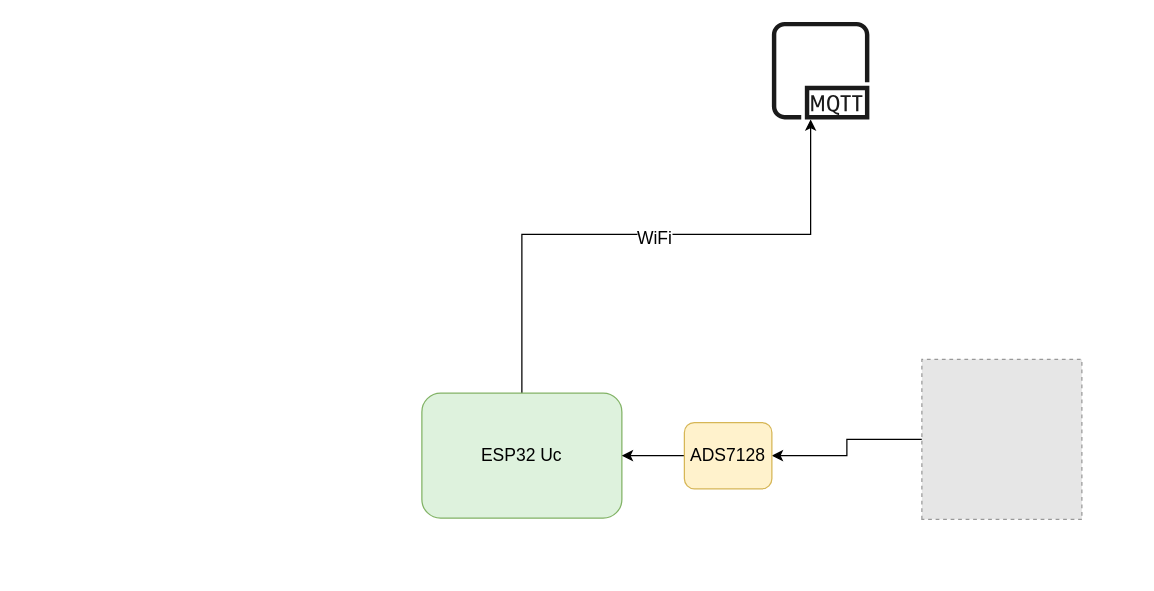
Earlier version of the draw.io diagram Hardware/img/AkkuMagic.drawio (Marek128b/BatteryMagic_monitor). Source tidied: cells renumbered, new cells numbered last; positions are measured from the earlier drawing's top-left corner, leaving out a move shared by most shapes. Both pictures are drawn from the tidied source at 125%, with x=0, y=0 at pixel (421, 21). Pictures stored in the file or linked from it are replaced by grey dashed boxes.
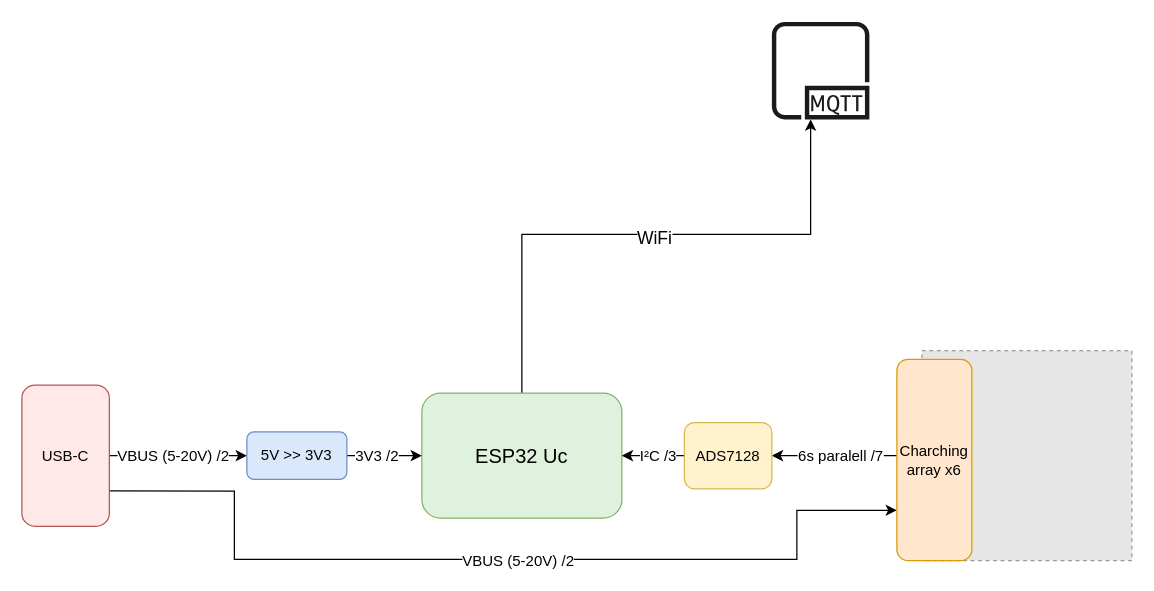
After the change.

Unchanged cells that the change refers to:
```xml
<mxCell id="6" style="edgeStyle=orthogonalEdgeStyle;rounded=0;jettySize=auto;html=1;exitX=0.5;exitY=0;exitDx=0;exitDy=0;entryX=1;entryY=0.5;entryDx=0;entryDy=0;fontSize=14;" parent="1" edge="1" source="7" target="9">
  <mxGeometry relative="1" as="geometry" />
</mxCell>
<mxCell id="8" style="edgeStyle=orthogonalEdgeStyle;rounded=0;jettySize=auto;html=1;exitX=0;exitY=0.5;exitDx=0;exitDy=0;entryX=1;entryY=0.5;entryDx=0;entryDy=0;fontSize=14;" parent="1" edge="1" source="9" target="4">
  <mxGeometry relative="1" as="geometry" />
</mxCell>
```

What changed in the source:
```diff
@@
-    <mxCell id="4" value="&lt;font style=&quot;font-size: 14px;&quot;&gt;ESP32 Uc&lt;/font&gt;" style="rounded=1;whiteSpace=wrap;html=1;fillColor=#DEF2DD;strokeColor=#82b366;" parent="1" vertex="1">
+    <mxCell id="4" value="&lt;font style=&quot;font-size: 16px;&quot;&gt;ESP32 Uc&lt;/font&gt;" style="rounded=1;whiteSpace=wrap;html=1;fillColor=#DEF2DD;strokeColor=#82b366;" parent="1" vertex="1">
       <mxGeometry y="297" width="160" height="100" as="geometry" />
     </mxCell>
@@
+    <mxCell id="10" value="6s paralell /7" style="edgeLabel;html=1;align=center;verticalAlign=middle;fontSize=12;" parent="6" vertex="1">
+      <mxGeometry x="0.3" relative="1" as="geometry">
+        <mxPoint x="12" as="offset" />
+      </mxGeometry>
+    </mxCell>
     <mxCell id="7" style="fillColor=#E6E6E6;strokeColor=#999999;dashed=1;html=1;verticalAlign=top;verticalLabelPosition=bottom;labelBackgroundColor=#ffffff;fontSize=14;rotation=-90;" parent="1" vertex="1">
-      <mxGeometry x="400" y="270" width="128" height="128" as="geometry" />
+      <mxGeometry x="400" y="263" width="168" height="168" as="geometry" />
     </mxCell>
@@
+    <mxCell id="11" value="I²C /3" style="edgeLabel;html=1;align=center;verticalAlign=middle;fontSize=12;" parent="8" vertex="1">
+      <mxGeometry x="-0.12" y="1" relative="1" as="geometry">
+        <mxPoint y="-1" as="offset" />
+      </mxGeometry>
+    </mxCell>
-    <mxCell id="9" value="ADS7128" style="rounded=1;whiteSpace=wrap;html=1;fontSize=14;fillColor=#fff2cc;strokeColor=#d6b656;" parent="1" vertex="1">
+    <mxCell id="9" value="&lt;font style=&quot;font-size: 12px;&quot;&gt;ADS7128&lt;/font&gt;" style="rounded=1;whiteSpace=wrap;html=1;fontSize=14;fillColor=#fff2cc;strokeColor=#d6b656;" parent="1" vertex="1">
       <mxGeometry x="210" y="320.5" width="70" height="53" as="geometry" />
     </mxCell>
+    <mxCell id="12" style="edgeStyle=orthogonalEdgeStyle;rounded=0;jettySize=auto;html=1;exitX=1;exitY=0.5;exitDx=0;exitDy=0;fontSize=12;" parent="1" edge="1" source="16" target="19">
+      <mxGeometry relative="1" as="geometry" />
+    </mxCell>
+    <mxCell id="13" value="VBUS (5-20V) /2" style="edgeLabel;html=1;align=center;verticalAlign=middle;fontSize=12;" parent="12" vertex="1">
+      <mxGeometry x="-0.09" y="-2" relative="1" as="geometry">
+        <mxPoint y="-2" as="offset" />
+      </mxGeometry>
+    </mxCell>
+    <mxCell id="14" style="edgeStyle=orthogonalEdgeStyle;rounded=0;jettySize=auto;html=1;exitX=1;exitY=0.75;exitDx=0;exitDy=0;entryX=0;entryY=0.75;entryDx=0;entryDy=0;fontSize=12;" parent="1" edge="1" source="16" target="20">
+      <mxGeometry relative="1" as="geometry">
+        <Array as="points">
+          <mxPoint x="-150" y="375" />
+          <mxPoint x="-150" y="430" />
+          <mxPoint x="300" y="430" />
+          <mxPoint x="300" y="391" />
+        </Array>
+      </mxGeometry>
+    </mxCell>
+    <mxCell id="15" value="VBUS (5-20V) /2" style="edgeLabel;html=1;align=center;verticalAlign=middle;fontSize=12;" parent="14" vertex="1">
+      <mxGeometry x="0.07" y="-4" relative="1" as="geometry">
+        <mxPoint x="-6" y="-3" as="offset" />
+      </mxGeometry>
+    </mxCell>
+    <mxCell id="16" value="&lt;span style=&quot;font-size: 12px;&quot;&gt;USB-C&lt;/span&gt;" style="rounded=1;whiteSpace=wrap;html=1;fontSize=14;fillColor=#FFE8E8;strokeColor=#b85450;" parent="1" vertex="1">
+      <mxGeometry x="-320" y="290.5" width="70" height="113" as="geometry" />
+    </mxCell>
+    <mxCell id="17" style="edgeStyle=orthogonalEdgeStyle;rounded=0;jettySize=auto;html=1;exitX=1;exitY=0.5;exitDx=0;exitDy=0;entryX=0;entryY=0.5;entryDx=0;entryDy=0;fontSize=12;" parent="1" edge="1" source="19" target="4">
+      <mxGeometry relative="1" as="geometry" />
+    </mxCell>
+    <mxCell id="18" value="3V3 /2" style="edgeLabel;html=1;align=center;verticalAlign=middle;fontSize=12;" parent="17" vertex="1">
+      <mxGeometry x="-0.25" y="2" relative="1" as="geometry">
+        <mxPoint y="2" as="offset" />
+      </mxGeometry>
+    </mxCell>
+    <mxCell id="19" value="5V &amp;gt;&amp;gt; 3V3" style="rounded=1;whiteSpace=wrap;html=1;fontSize=12;fillColor=#dae8fc;strokeColor=#6c8ebf;" parent="1" vertex="1">
+      <mxGeometry x="-140" y="328" width="80" height="38" as="geometry" />
+    </mxCell>
+    <mxCell id="20" value="Charching array x6" style="rounded=1;whiteSpace=wrap;html=1;fontSize=12;fillColor=#ffe6cc;strokeColor=#d79b00;" parent="1" vertex="1">
+      <mxGeometry x="380" y="270" width="60" height="161" as="geometry" />
+    </mxCell>
```
